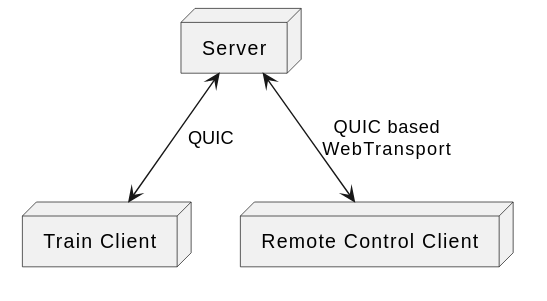
Above: graphics/System_Architecture_Overview.svg in RajibTheKing/tcrs26 (PlantUML), before the change.
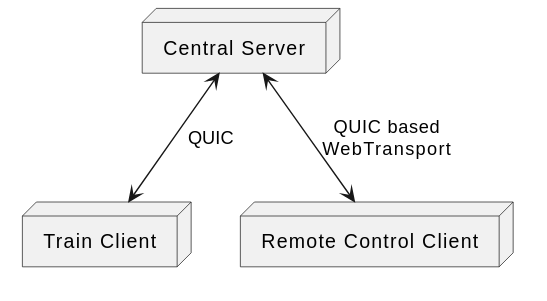
Later version of the same file.

What changed in the source:
```diff
@@ -1,7 +1,7 @@
 @startuml
 top to bottom direction
 
-node "Server" as S
+node "Central Server" as S
 
 node "Train Client" as TC
 node "Remote Control Client" as RCC
```
